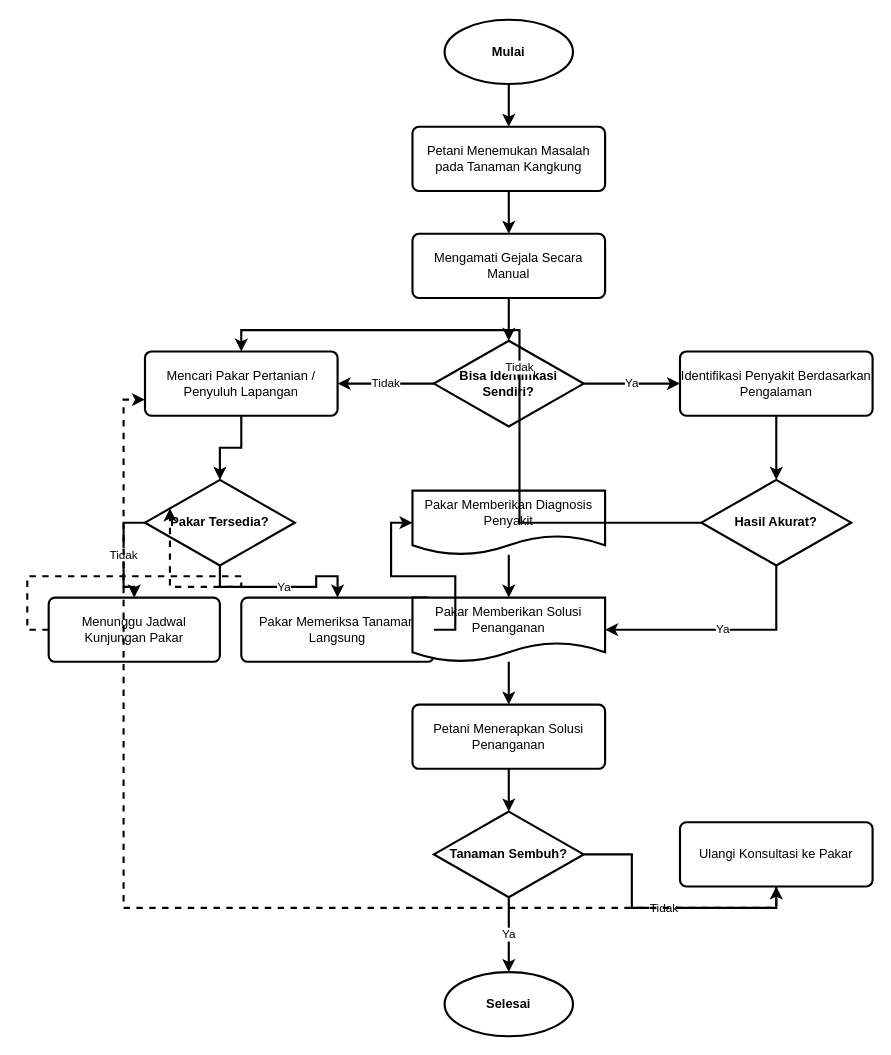
Before: diagram/flowchart/flowchart_sistem_lama.drawio in NarmadaWeb/pakar-jagung, a draw.io diagram. Source tidied: cells renumbered, new cells numbered last; positions are measured from the earlier drawing's top-left corner, leaving out a move shared by most shapes. Both pictures are drawn from the tidied source at 107%, with x=0, y=0 at pixel (48, 19).
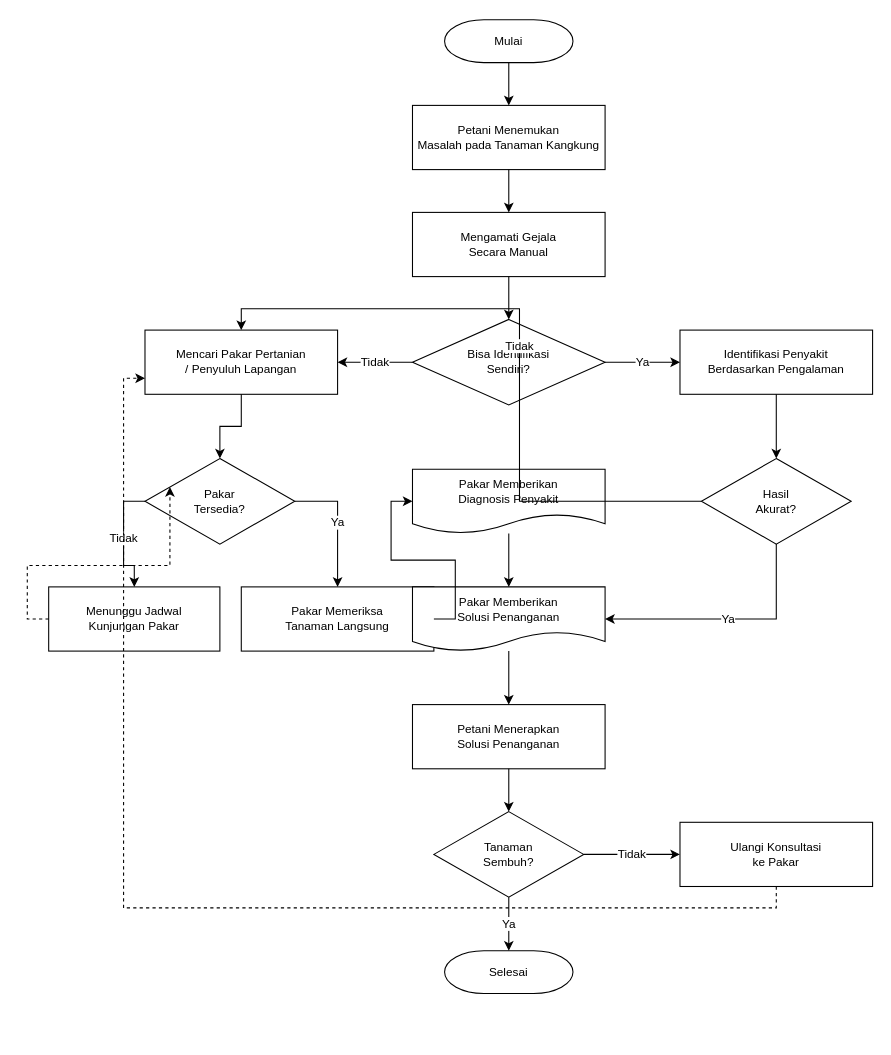
Above is the later version.

Commit message (it also covers changes not shown here):
Fix drawio XML structure

Updates `flowchart_sistem_lama.drawio` and `flowchart_sistem_baru.drawio` to use proper XML structure without the <?xml> prolog, corrects encoding, and fixes the 'as' attribute in mxGeometry tags to ensure compatibility with draw.io.

What changed in the source:
```diff
@@
-    <mxCell id="2" value="&lt;b&gt;Mulai&lt;/b&gt;" style="ellipse;whiteSpace=wrap;html=1;strokeWidth=2;" parent="1" vertex="1">
-      <mxGeometry x="370" width="120" height="60" as="geometry" />
+    <mxCell id="2" value="Mulai" style="shape=mxgraph.flowchart.terminator;whiteSpace=wrap;html=1;fillColor=#FFFFFF;strokeColor=#000000;fontSize=11;" parent="1" vertex="1">
+      <mxGeometry x="370" width="120" height="40" as="geometry" />
     </mxCell>
-    <mxCell id="3" value="Petani Menemukan Masalah pada Tanaman Kangkung" style="rounded=1;whiteSpace=wrap;html=1;arcSize=10;strokeWidth=2;" parent="1" vertex="1">
-      <mxGeometry x="340" y="100" width="180" height="60" as="geometry" />
+    <mxCell id="3" value="Petani Menemukan&#10;Masalah pada Tanaman Kangkung" style="rounded=0;whiteSpace=wrap;html=1;fillColor=#FFFFFF;strokeColor=#000000;fontSize=11;" parent="1" vertex="1">
+      <mxGeometry x="340" y="80" width="180" height="60" as="geometry" />
     </mxCell>
-    <mxCell id="4" value="Mengamati Gejala Secara Manual" style="rounded=1;whiteSpace=wrap;html=1;arcSize=10;strokeWidth=2;" parent="1" vertex="1">
-      <mxGeometry x="340" y="200" width="180" height="60" as="geometry" />
+    <mxCell id="4" value="Mengamati Gejala&#10;Secara Manual" style="rounded=0;whiteSpace=wrap;html=1;fillColor=#FFFFFF;strokeColor=#000000;fontSize=11;" parent="1" vertex="1">
+      <mxGeometry x="340" y="180" width="180" height="60" as="geometry" />
     </mxCell>
-    <mxCell id="5" value="&lt;b&gt;Bisa Identifikasi Sendiri?&lt;/b&gt;" style="rhombus;whiteSpace=wrap;html=1;strokeWidth=2;" parent="1" vertex="1">
-      <mxGeometry x="360" y="300" width="140" height="80" as="geometry" />
+    <mxCell id="5" value="Bisa Identifikasi&#10;Sendiri?" style="rhombus;whiteSpace=wrap;html=1;fillColor=#FFFFFF;strokeColor=#000000;fontSize=11;" parent="1" vertex="1">
+      <mxGeometry x="340" y="280" width="180" height="80" as="geometry" />
     </mxCell>
-    <mxCell id="6" value="Identifikasi Penyakit Berdasarkan Pengalaman" style="rounded=1;whiteSpace=wrap;html=1;arcSize=10;strokeWidth=2;" parent="1" vertex="1">
-      <mxGeometry x="590" y="310" width="180" height="60" as="geometry" />
+    <mxCell id="6" value="Identifikasi Penyakit&#10;Berdasarkan Pengalaman" style="rounded=0;whiteSpace=wrap;html=1;fillColor=#FFFFFF;strokeColor=#000000;fontSize=11;" parent="1" vertex="1">
+      <mxGeometry x="590" y="290" width="180" height="60" as="geometry" />
     </mxCell>
-    <mxCell id="7" value="&lt;b&gt;Hasil Akurat?&lt;/b&gt;" style="rhombus;whiteSpace=wrap;html=1;strokeWidth=2;" parent="1" vertex="1">
-      <mxGeometry x="610" y="430" width="140" height="80" as="geometry" />
+    <mxCell id="7" value="Hasil&#10;Akurat?" style="rhombus;whiteSpace=wrap;html=1;fillColor=#FFFFFF;strokeColor=#000000;fontSize=11;" parent="1" vertex="1">
+      <mxGeometry x="610" y="410" width="140" height="80" as="geometry" />
     </mxCell>
-    <mxCell id="8" value="Ulangi Konsultasi ke Pakar" style="rounded=1;whiteSpace=wrap;html=1;arcSize=10;strokeWidth=2;" parent="1" vertex="1">
+    <mxCell id="8" value="Ulangi Konsultasi&#10;ke Pakar" style="rounded=0;whiteSpace=wrap;html=1;fillColor=#FFFFFF;strokeColor=#000000;fontSize=11;" parent="1" vertex="1">
       <mxGeometry x="590" y="750" width="180" height="60" as="geometry" />
     </mxCell>
-    <mxCell id="9" value="Mencari Pakar Pertanian / Penyuluh Lapangan" style="rounded=1;whiteSpace=wrap;html=1;arcSize=10;strokeWidth=2;" parent="1" vertex="1">
-      <mxGeometry x="90" y="310" width="180" height="60" as="geometry" />
+    <mxCell id="9" value="Mencari Pakar Pertanian&#10;/ Penyuluh Lapangan" style="rounded=0;whiteSpace=wrap;html=1;fillColor=#FFFFFF;strokeColor=#000000;fontSize=11;" parent="1" vertex="1">
+      <mxGeometry x="90" y="290" width="180" height="60" as="geometry" />
     </mxCell>
-    <mxCell id="10" value="&lt;b&gt;Pakar Tersedia?&lt;/b&gt;" style="rhombus;whiteSpace=wrap;html=1;strokeWidth=2;" parent="1" vertex="1">
-      <mxGeometry x="90" y="430" width="140" height="80" as="geometry" />
+    <mxCell id="10" value="Pakar&#10;Tersedia?" style="rhombus;whiteSpace=wrap;html=1;fillColor=#FFFFFF;strokeColor=#000000;fontSize=11;" parent="1" vertex="1">
+      <mxGeometry x="90" y="410" width="140" height="80" as="geometry" />
     </mxCell>
-    <mxCell id="11" value="Menunggu Jadwal Kunjungan Pakar" style="rounded=1;whiteSpace=wrap;html=1;arcSize=10;strokeWidth=2;" parent="1" vertex="1">
-      <mxGeometry y="540" width="160" height="60" as="geometry" />
+    <mxCell id="11" value="Menunggu Jadwal&#10;Kunjungan Pakar" style="rounded=0;whiteSpace=wrap;html=1;fillColor=#FFFFFF;strokeColor=#000000;fontSize=11;" parent="1" vertex="1">
+      <mxGeometry y="530" width="160" height="60" as="geometry" />
     </mxCell>
-    <mxCell id="12" value="Pakar Memeriksa Tanaman Langsung" style="rounded=1;whiteSpace=wrap;html=1;arcSize=10;strokeWidth=2;" parent="1" vertex="1">
-      <mxGeometry x="180" y="540" width="180" height="60" as="geometry" />
+    <mxCell id="12" value="Pakar Memeriksa&#10;Tanaman Langsung" style="rounded=0;whiteSpace=wrap;html=1;fillColor=#FFFFFF;strokeColor=#000000;fontSize=11;" parent="1" vertex="1">
+      <mxGeometry x="180" y="530" width="180" height="60" as="geometry" />
     </mxCell>
-    <mxCell id="13" value="Pakar Memberikan Diagnosis Penyakit" style="shape=document;whiteSpace=wrap;html=1;boundedLbl=1;strokeWidth=2;" parent="1" vertex="1">
-      <mxGeometry x="340" y="440" width="180" height="60" as="geometry" />
+    <mxCell id="13" value="Pakar Memberikan&#10;Diagnosis Penyakit" style="shape=document;whiteSpace=wrap;html=1;boundedLbl=1;fillColor=#FFFFFF;strokeColor=#000000;fontSize=11;" parent="1" vertex="1">
+      <mxGeometry x="340" y="420" width="180" height="60" as="geometry" />
     </mxCell>
-    <mxCell id="14" value="Pakar Memberikan Solusi Penanganan" style="shape=document;whiteSpace=wrap;html=1;boundedLbl=1;strokeWidth=2;" parent="1" vertex="1">
-      <mxGeometry x="340" y="540" width="180" height="60" as="geometry" />
+    <mxCell id="14" value="Pakar Memberikan&#10;Solusi Penanganan" style="shape=document;whiteSpace=wrap;html=1;boundedLbl=1;fillColor=#FFFFFF;strokeColor=#000000;fontSize=11;" parent="1" vertex="1">
+      <mxGeometry x="340" y="530" width="180" height="60" as="geometry" />
     </mxCell>
-    <mxCell id="15" value="Petani Menerapkan Solusi Penanganan" style="rounded=1;whiteSpace=wrap;html=1;arcSize=10;strokeWidth=2;" parent="1" vertex="1">
+    <mxCell id="15" value="Petani Menerapkan&#10;Solusi Penanganan" style="rounded=0;whiteSpace=wrap;html=1;fillColor=#FFFFFF;strokeColor=#000000;fontSize=11;" parent="1" vertex="1">
       <mxGeometry x="340" y="640" width="180" height="60" as="geometry" />
     </mxCell>
-    <mxCell id="16" value="&lt;b&gt;Tanaman Sembuh?&lt;/b&gt;" style="rhombus;whiteSpace=wrap;html=1;strokeWidth=2;" parent="1" vertex="1">
+    <mxCell id="16" value="Tanaman&#10;Sembuh?" style="rhombus;whiteSpace=wrap;html=1;fillColor=#FFFFFF;strokeColor=#000000;fontSize=11;" parent="1" vertex="1">
       <mxGeometry x="360" y="740" width="140" height="80" as="geometry" />
     </mxCell>
-    <mxCell id="17" value="&lt;b&gt;Selesai&lt;/b&gt;" style="ellipse;whiteSpace=wrap;html=1;strokeWidth=2;" parent="1" vertex="1">
-      <mxGeometry x="370" y="890" width="120" height="60" as="geometry" />
+    <mxCell id="17" value="Selesai" style="shape=mxgraph.flowchart.terminator;whiteSpace=wrap;html=1;fillColor=#FFFFFF;strokeColor=#000000;fontSize=11;" parent="1" vertex="1">
+      <mxGeometry x="370" y="870" width="120" height="40" as="geometry" />
     </mxCell>
-    <mxCell id="18" style="edgeStyle=orthogonalEdgeStyle;rounded=0;jettySize=auto;html=1;strokeWidth=2;labelBackgroundColor=#ffffff;" parent="1" edge="1" source="2" target="3">
+    <mxCell id="18" style="edgeStyle=orthogonalEdgeStyle;rounded=0;jettySize=auto;html=1;strokeColor=#000000;fontSize=11;" parent="1" edge="1" source="2" target="3">
       <mxGeometry relative="1" as="geometry" />
     </mxCell>
-    <mxCell id="19" style="edgeStyle=orthogonalEdgeStyle;rounded=0;jettySize=auto;html=1;strokeWidth=2;labelBackgroundColor=#ffffff;" parent="1" edge="1" source="3" target="4">
+    <mxCell id="19" style="edgeStyle=orthogonalEdgeStyle;rounded=0;jettySize=auto;html=1;strokeColor=#000000;fontSize=11;" parent="1" edge="1" source="3" target="4">
       <mxGeometry relative="1" as="geometry" />
     </mxCell>
-    <mxCell id="20" style="edgeStyle=orthogonalEdgeStyle;rounded=0;jettySize=auto;html=1;strokeWidth=2;labelBackgroundColor=#ffffff;" parent="1" edge="1" source="4" target="5">
+    <mxCell id="20" style="edgeStyle=orthogonalEdgeStyle;rounded=0;jettySize=auto;html=1;strokeColor=#000000;fontSize=11;" parent="1" edge="1" source="4" target="5">
       <mxGeometry relative="1" as="geometry" />
     </mxCell>
-    <mxCell id="21" value="Ya" style="edgeStyle=orthogonalEdgeStyle;rounded=0;jettySize=auto;html=1;strokeWidth=2;labelBackgroundColor=#ffffff;exitX=1;exitY=0.5;exitDx=0;exitDy=0;entryX=0;entryY=0.5;entryDx=0;entryDy=0;" parent="1" edge="1" source="5" target="6">
+    <mxCell id="21" value="Ya" style="edgeStyle=orthogonalEdgeStyle;rounded=0;jettySize=auto;html=1;strokeColor=#000000;fontSize=11;exitX=1;exitY=0.5;exitDx=0;exitDy=0;entryX=0;entryY=0.5;entryDx=0;entryDy=0;" parent="1" edge="1" source="5" target="6">
       <mxGeometry relative="1" as="geometry" />
     </mxCell>
-    <mxCell id="22" value="Tidak" style="edgeStyle=orthogonalEdgeStyle;rounded=0;jettySize=auto;html=1;strokeWidth=2;labelBackgroundColor=#ffffff;exitX=0;exitY=0.5;exitDx=0;exitDy=0;entryX=1;entryY=0.5;entryDx=0;entryDy=0;" parent="1" edge="1" source="5" target="9">
+    <mxCell id="22" value="Tidak" style="edgeStyle=orthogonalEdgeStyle;rounded=0;jettySize=auto;html=1;strokeColor=#000000;fontSize=11;exitX=0;exitY=0.5;exitDx=0;exitDy=0;entryX=1;entryY=0.5;entryDx=0;entryDy=0;" parent="1" edge="1" source="5" target="9">
       <mxGeometry relative="1" as="geometry" />
     </mxCell>
-    <mxCell id="23" style="edgeStyle=orthogonalEdgeStyle;rounded=0;jettySize=auto;html=1;strokeWidth=2;labelBackgroundColor=#ffffff;" parent="1" edge="1" source="6" target="7">
+    <mxCell id="23" style="edgeStyle=orthogonalEdgeStyle;rounded=0;jettySize=auto;html=1;strokeColor=#000000;fontSize=11;" parent="1" edge="1" source="6" target="7">
       <mxGeometry relative="1" as="geometry" />
     </mxCell>
-    <mxCell id="24" value="Ya" style="edgeStyle=orthogonalEdgeStyle;rounded=0;jettySize=auto;html=1;strokeWidth=2;labelBackgroundColor=#ffffff;exitX=0.5;exitY=1;exitDx=0;exitDy=0;entryX=1;entryY=0.5;entryDx=0;entryDy=0;" parent="1" edge="1" source="7" target="14">
+    <mxCell id="24" value="Ya" style="edgeStyle=orthogonalEdgeStyle;rounded=0;jettySize=auto;html=1;strokeColor=#000000;fontSize=11;exitX=0.5;exitY=1;exitDx=0;exitDy=0;entryX=1;entryY=0.5;entryDx=0;entryDy=0;" parent="1" edge="1" source="7" target="14">
       <mxGeometry relative="1" as="geometry" />
     </mxCell>
-    <mxCell id="25" value="Tidak" style="edgeStyle=orthogonalEdgeStyle;rounded=0;jettySize=auto;html=1;strokeWidth=2;labelBackgroundColor=#ffffff;exitX=0;exitY=0.5;exitDx=0;exitDy=0;entryX=0.5;entryY=0;entryDx=0;entryDy=0;" parent="1" edge="1" source="7" target="9">
+    <mxCell id="25" value="Tidak" style="edgeStyle=orthogonalEdgeStyle;rounded=0;jettySize=auto;html=1;strokeColor=#000000;fontSize=11;exitX=0;exitY=0.5;exitDx=0;exitDy=0;entryX=0.5;entryY=0;entryDx=0;entryDy=0;" parent="1" edge="1" source="7" target="9">
       <mxGeometry relative="1" as="geometry" />
     </mxCell>
-    <mxCell id="26" style="edgeStyle=orthogonalEdgeStyle;rounded=0;jettySize=auto;html=1;strokeWidth=2;labelBackgroundColor=#ffffff;" parent="1" edge="1" source="9" target="10">
+    <mxCell id="26" style="edgeStyle=orthogonalEdgeStyle;rounded=0;jettySize=auto;html=1;strokeColor=#000000;fontSize=11;" parent="1" edge="1" source="9" target="10">
       <mxGeometry relative="1" as="geometry" />
     </mxCell>
-    <mxCell id="27" value="Tidak" style="edgeStyle=orthogonalEdgeStyle;rounded=0;jettySize=auto;html=1;strokeWidth=2;labelBackgroundColor=#ffffff;exitX=0;exitY=0.5;exitDx=0;exitDy=0;entryX=0.5;entryY=0;entryDx=0;entryDy=0;" parent="1" edge="1" source="10" target="11">
+    <mxCell id="27" value="Tidak" style="edgeStyle=orthogonalEdgeStyle;rounded=0;jettySize=auto;html=1;strokeColor=#000000;fontSize=11;exitX=0;exitY=0.5;exitDx=0;exitDy=0;entryX=0.5;entryY=0;entryDx=0;entryDy=0;" parent="1" edge="1" source="10" target="11">
       <mxGeometry relative="1" as="geometry" />
     </mxCell>
-    <mxCell id="28" value="Ya" style="edgeStyle=orthogonalEdgeStyle;rounded=0;jettySize=auto;html=1;strokeWidth=2;labelBackgroundColor=#ffffff;exitX=0.5;exitY=1;exitDx=0;exitDy=0;entryX=0.5;entryY=0;entryDx=0;entryDy=0;" parent="1" edge="1" source="10" target="12">
+    <mxCell id="28" value="Ya" style="edgeStyle=orthogonalEdgeStyle;rounded=0;jettySize=auto;html=1;strokeColor=#000000;fontSize=11;exitX=1;exitY=0.5;exitDx=0;exitDy=0;entryX=0.5;entryY=0;entryDx=0;entryDy=0;" parent="1" edge="1" source="10" target="12">
       <mxGeometry relative="1" as="geometry" />
     </mxCell>
-    <mxCell id="29" style="edgeStyle=orthogonalEdgeStyle;rounded=0;jettySize=auto;html=1;dashed=1;strokeWidth=2;labelBackgroundColor=#ffffff;exitX=0;exitY=0.5;exitDx=0;exitDy=0;entryX=0;entryY=0.25;entryDx=0;entryDy=0;" parent="1" edge="1" source="11" target="10">
+    <mxCell id="29" style="edgeStyle=orthogonalEdgeStyle;rounded=0;jettySize=auto;html=1;dashed=1;strokeColor=#000000;fontSize=11;exitX=0;exitY=0.5;exitDx=0;exitDy=0;entryX=0;entryY=0.25;entryDx=0;entryDy=0;" parent="1" edge="1" source="11" target="10">
       <mxGeometry relative="1" as="geometry" />
     </mxCell>
-    <mxCell id="30" style="edgeStyle=orthogonalEdgeStyle;rounded=0;jettySize=auto;html=1;strokeWidth=2;labelBackgroundColor=#ffffff;exitX=1;exitY=0.5;exitDx=0;exitDy=0;entryX=0;entryY=0.5;entryDx=0;entryDy=0;" parent="1" edge="1" source="12" target="13">
+    <mxCell id="30" style="edgeStyle=orthogonalEdgeStyle;rounded=0;jettySize=auto;html=1;strokeColor=#000000;fontSize=11;exitX=1;exitY=0.5;exitDx=0;exitDy=0;entryX=0;entryY=0.5;entryDx=0;entryDy=0;" parent="1" edge="1" source="12" target="13">
       <mxGeometry relative="1" as="geometry" />
     </mxCell>
-    <mxCell id="31" style="edgeStyle=orthogonalEdgeStyle;rounded=0;jettySize=auto;html=1;strokeWidth=2;labelBackgroundColor=#ffffff;" parent="1" edge="1" source="13" target="14">
+    <mxCell id="31" style="edgeStyle=orthogonalEdgeStyle;rounded=0;jettySize=auto;html=1;strokeColor=#000000;fontSize=11;" parent="1" edge="1" source="13" target="14">
       <mxGeometry relative="1" as="geometry" />
     </mxCell>
-    <mxCell id="32" style="edgeStyle=orthogonalEdgeStyle;rounded=0;jettySize=auto;html=1;strokeWidth=2;labelBackgroundColor=#ffffff;" parent="1" edge="1" source="14" target="15">
+    <mxCell id="32" style="edgeStyle=orthogonalEdgeStyle;rounded=0;jettySize=auto;html=1;strokeColor=#000000;fontSize=11;" parent="1" edge="1" source="14" target="15">
       <mxGeometry relative="1" as="geometry" />
     </mxCell>
-    <mxCell id="33" style="edgeStyle=orthogonalEdgeStyle;rounded=0;jettySize=auto;html=1;strokeWidth=2;labelBackgroundColor=#ffffff;" parent="1" edge="1" source="15" target="16">
+    <mxCell id="33" style="edgeStyle=orthogonalEdgeStyle;rounded=0;jettySize=auto;html=1;strokeColor=#000000;fontSize=11;" parent="1" edge="1" source="15" target="16">
       <mxGeometry relative="1" as="geometry" />
     </mxCell>
-    <mxCell id="34" value="Ya" style="edgeStyle=orthogonalEdgeStyle;rounded=0;jettySize=auto;html=1;strokeWidth=2;labelBackgroundColor=#ffffff;exitX=0.5;exitY=1;exitDx=0;exitDy=0;" parent="1" edge="1" source="16" target="17">
+    <mxCell id="34" value="Ya" style="edgeStyle=orthogonalEdgeStyle;rounded=0;jettySize=auto;html=1;strokeColor=#000000;fontSize=11;exitX=0.5;exitY=1;exitDx=0;exitDy=0;" parent="1" edge="1" source="16" target="17">
       <mxGeometry relative="1" as="geometry" />
     </mxCell>
-    <mxCell id="35" value="Tidak" style="edgeStyle=orthogonalEdgeStyle;rounded=0;jettySize=auto;html=1;strokeWidth=2;labelBackgroundColor=#ffffff;exitX=1;exitY=0.5;exitDx=0;exitDy=0;entryX=0.5;entryY=1;entryDx=0;entryDy=0;" parent="1" edge="1" source="16" target="8">
+    <mxCell id="35" value="Tidak" style="edgeStyle=orthogonalEdgeStyle;rounded=0;jettySize=auto;html=1;strokeColor=#000000;fontSize=11;exitX=1;exitY=0.5;exitDx=0;exitDy=0;entryX=0;entryY=0.5;entryDx=0;entryDy=0;" parent="1" edge="1" source="16" target="8">
       <mxGeometry relative="1" as="geometry" />
     </mxCell>
-    <mxCell id="36" style="edgeStyle=orthogonalEdgeStyle;rounded=0;jettySize=auto;html=1;dashed=1;strokeWidth=2;labelBackgroundColor=#ffffff;exitX=0.5;exitY=1;exitDx=0;exitDy=0;entryX=0;entryY=0.75;entryDx=0;entryDy=0;" parent="1" edge="1" source="8" target="9">
+    <mxCell id="36" style="edgeStyle=orthogonalEdgeStyle;rounded=0;jettySize=auto;html=1;dashed=1;strokeColor=#000000;fontSize=11;exitX=0.5;exitY=1;exitDx=0;exitDy=0;entryX=0;entryY=0.75;entryDx=0;entryDy=0;" parent="1" edge="1" source="8" target="9">
       <mxGeometry relative="1" as="geometry" />
     </mxCell>
```
